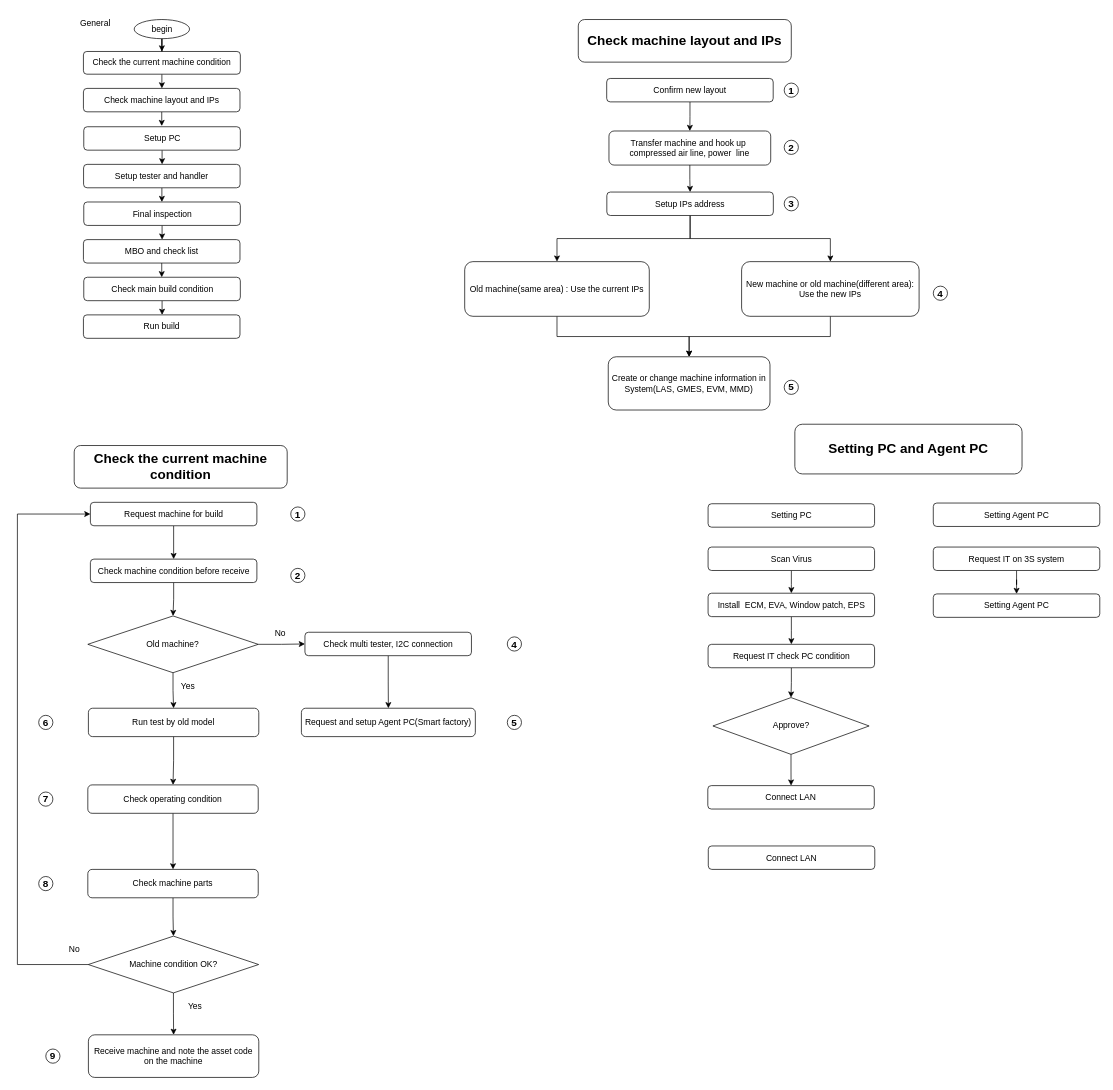
Before: Untitled Diagram.drawio in Wagdom/demo-git, a draw.io diagram. Source tidied: cells renumbered, new cells numbered last; positions are measured from the earlier drawing's top-left corner, leaving out a move shared by most shapes. Both pictures are drawn from the tidied source at 71%, with x=0, y=0 at pixel (17, 12).
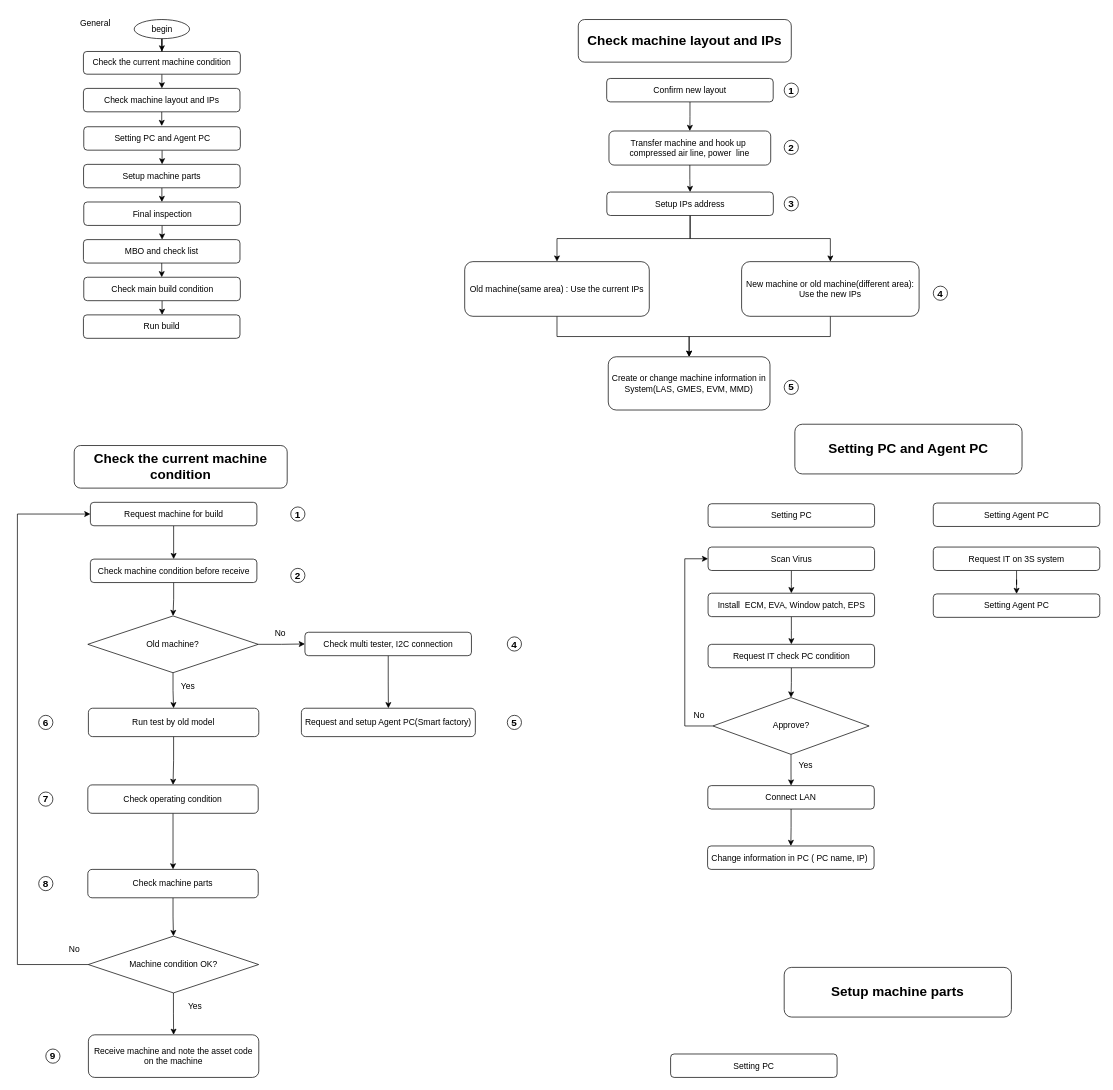
After the change.

The change refers to these unchanged cells:
```xml
<mxCell id="73" value="Scan Virus" style="rounded=1;whiteSpace=wrap;html=1;" parent="1" vertex="1">
  <mxGeometry x="972.8" y="753" width="234.5" height="33" as="geometry" />
</mxCell>
<mxCell id="79" value="Approve?" style="rhombus;whiteSpace=wrap;html=1;" parent="1" vertex="1">
  <mxGeometry x="979.6" y="965" width="220" height="80" as="geometry" />
</mxCell>
<mxCell id="80" value="Connect LAN" style="rounded=1;whiteSpace=wrap;html=1;" parent="1" vertex="1">
  <mxGeometry x="972.4" y="1089" width="234.5" height="33" as="geometry" />
</mxCell>
```

The edit, as a diff of the source:
```diff
@@
-    <mxCell id="9" value="Setup PC" style="rounded=1;whiteSpace=wrap;html=1;" parent="1" vertex="1">
+    <mxCell id="9" value="Setting PC and Agent PC" style="rounded=1;whiteSpace=wrap;html=1;" parent="1" vertex="1">
       <mxGeometry x="93.5" y="161" width="220.5" height="33" as="geometry" />
     </mxCell>
@@
-    <mxCell id="11" value="Setup tester and handler" style="rounded=1;whiteSpace=wrap;html=1;" parent="1" vertex="1">
+    <mxCell id="11" value="Setup machine parts" style="rounded=1;whiteSpace=wrap;html=1;" parent="1" vertex="1">
       <mxGeometry x="93.2" y="214" width="220.5" height="33" as="geometry" />
     </mxCell>
@@
+    <mxCell id="87" style="edgeStyle=orthogonalEdgeStyle;rounded=0;jettySize=auto;html=1;entryX=0;entryY=0.5;entryDx=0;entryDy=0;" parent="1" edge="1" source="79" target="73">
+      <mxGeometry relative="1" as="geometry">
+        <Array as="points">
+          <mxPoint x="940" y="1005" />
+          <mxPoint x="940" y="770" />
+        </Array>
+      </mxGeometry>
+    </mxCell>
@@
+    <mxCell id="88" style="edgeStyle=orthogonalEdgeStyle;rounded=0;jettySize=auto;html=1;" parent="1" edge="1" source="80" target="81">
+      <mxGeometry relative="1" as="geometry" />
+    </mxCell>
@@
-    <mxCell id="81" value="Connect LAN" style="rounded=1;whiteSpace=wrap;html=1;" parent="1" vertex="1">
-      <mxGeometry x="973.1" y="1174" width="234.5" height="33" as="geometry" />
+    <mxCell id="81" value="Change information in PC ( PC name, IP)&amp;nbsp;" style="rounded=1;whiteSpace=wrap;html=1;" parent="1" vertex="1">
+      <mxGeometry x="972.1" y="1174" width="234.5" height="33" as="geometry" />
     </mxCell>
@@
+    <mxCell id="89" value="Yes" style="text;html=1;align=center;verticalAlign=middle;strokeColor=none;fillColor=none;" parent="1" vertex="1">
+      <mxGeometry x="1090" y="1045" width="40" height="30" as="geometry" />
+    </mxCell>
+    <mxCell id="90" value="No" style="text;html=1;align=center;verticalAlign=middle;strokeColor=none;fillColor=none;" parent="1" vertex="1">
+      <mxGeometry x="940" y="975" width="40" height="30" as="geometry" />
+    </mxCell>
+    <mxCell id="91" value="&lt;span style=&quot;font-size: 19px;&quot;&gt;&lt;b&gt;Setup machine parts&lt;/b&gt;&lt;/span&gt;" style="rounded=1;whiteSpace=wrap;html=1;" parent="1" vertex="1">
+      <mxGeometry x="1080" y="1345" width="320" height="70" as="geometry" />
+    </mxCell>
+    <mxCell id="92" value="Setting PC" style="rounded=1;whiteSpace=wrap;html=1;" parent="1" vertex="1">
+      <mxGeometry x="920" y="1467" width="234.5" height="33" as="geometry" />
+    </mxCell>
```
